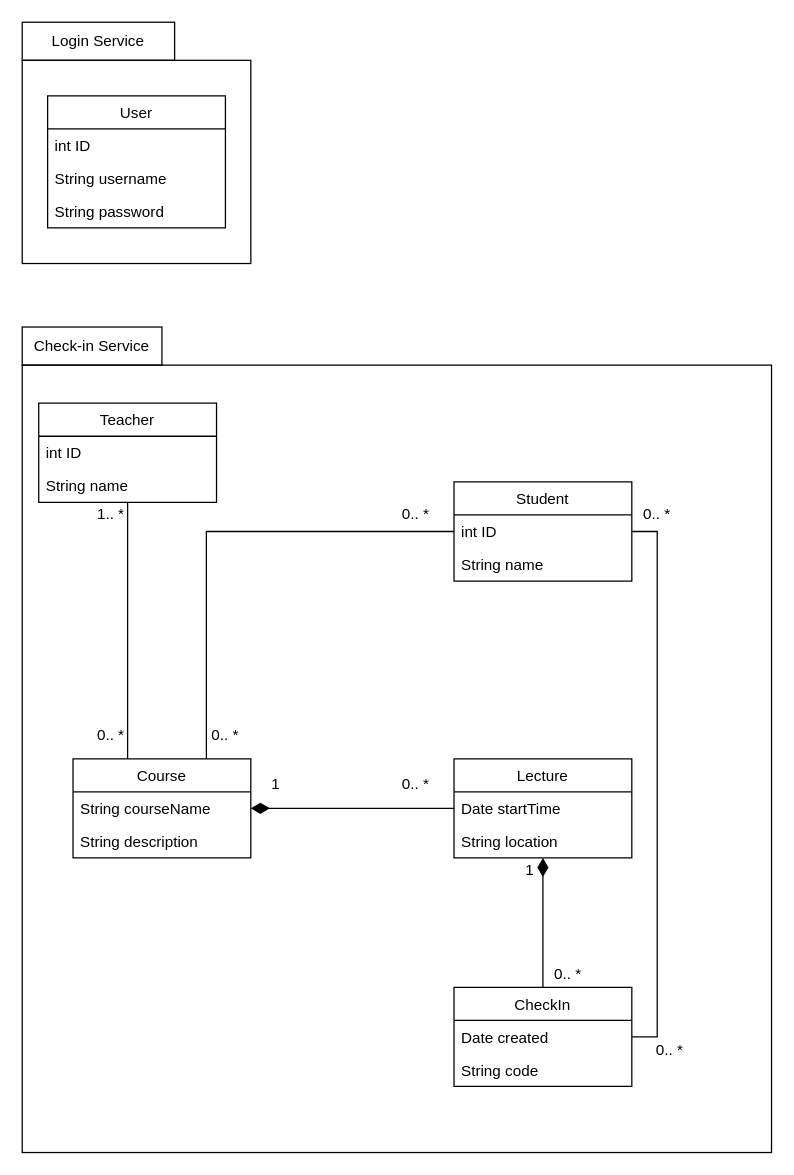
This is Analyse & Udvikling/Class Diagram.drawio from Svensmark/DLS_Assignment2, a draw.io file, before an edit. Source tidied: cells renumbered, new cells numbered last; positions are measured from the earlier drawing's top-left corner, leaving out a move shared by most shapes. Both pictures are drawn from the tidied source at 127%, with x=0, y=0 at pixel (22, 22).
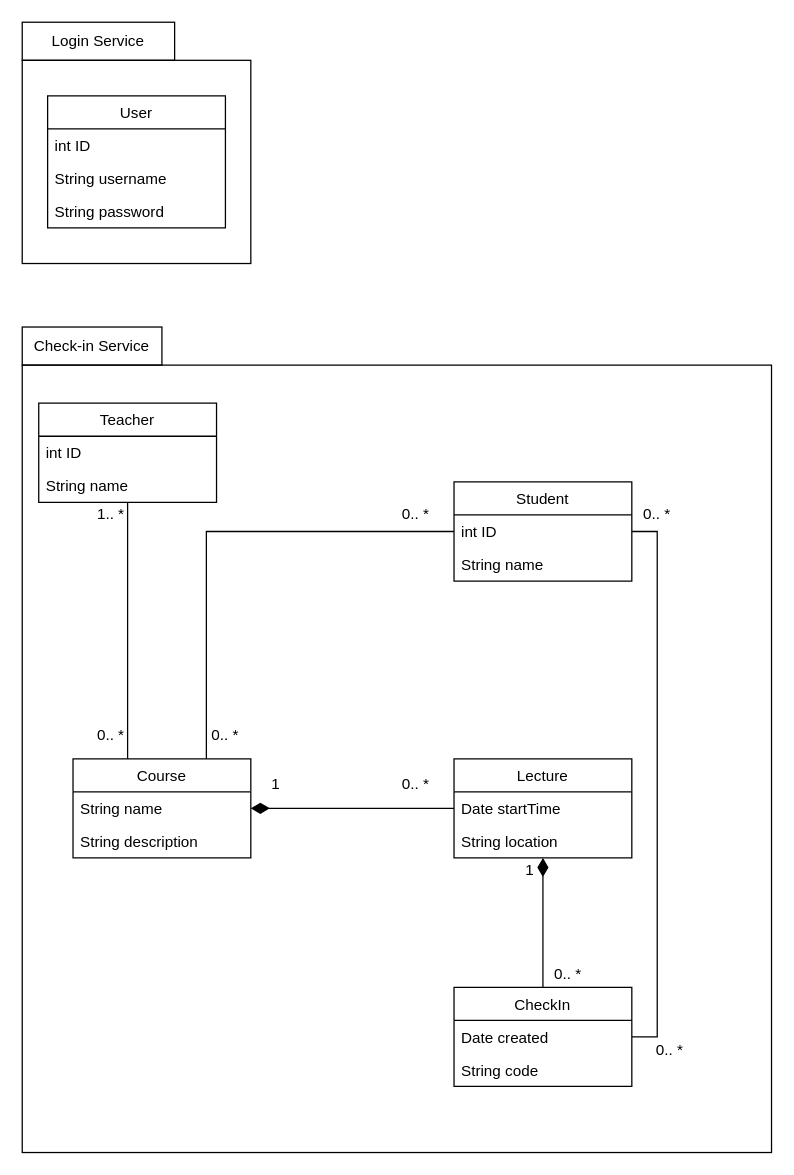
After the change.

Unchanged cells that the change refers to:
```xml
<mxCell id="27" value="Course" style="swimlane;fontStyle=0;horizontal=1;startSize=26;fillColor=none;" parent="1" vertex="1">
  <mxGeometry x="40" y="580" width="140" height="78" as="geometry" />
</mxCell>
```

Change to the diagram source:
```diff
@@
-    <mxCell id="28" value="String courseName" style="text;strokeColor=none;fillColor=none;align=left;verticalAlign=top;spacingLeft=4;spacingRight=4;overflow=hidden;points=[[0,0.5],[1,0.5]];portConstraint=eastwest;" parent="27" vertex="1">
+    <mxCell id="28" value="String name" style="text;strokeColor=none;fillColor=none;align=left;verticalAlign=top;spacingLeft=4;spacingRight=4;overflow=hidden;points=[[0,0.5],[1,0.5]];portConstraint=eastwest;" parent="27" vertex="1">
       <mxGeometry y="26" width="140" height="26" as="geometry" />
     </mxCell>
```
